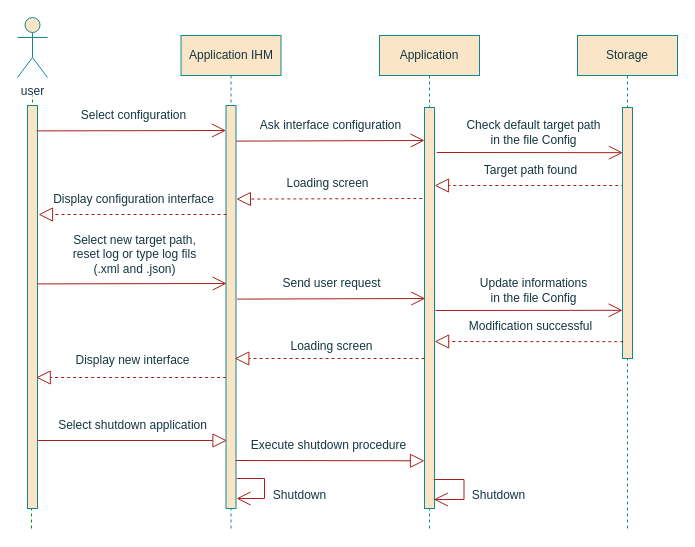
Above: EasySave3.0 Configuration.drawio in Weicheng178/UML (draw.io), before the change. Source tidied: cells renumbered, new cells numbered last; positions are measured from the earlier drawing's top-left corner, leaving out a move shared by most shapes. Both pictures are drawn from the tidied source at 100%, with x=0, y=0 at pixel (17, 17).
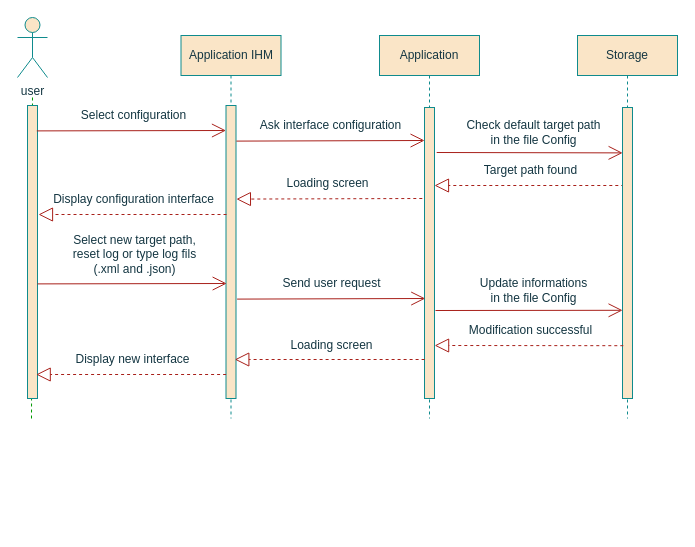
Above is the later version.

Diff of the diagram source:
```diff
@@
     <mxCell id="2" style="endArrow=none;dashed=1;html=1;rounded=0;labelBackgroundColor=#DAD2D8;strokeColor=#009900;fontColor=#143642;" parent="1" edge="1">
       <mxGeometry relative="1" as="geometry">
-        <mxPoint x="14" y="511" as="sourcePoint" />
+        <mxPoint x="14" y="401" as="sourcePoint" />
         <mxPoint x="15" y="78" as="targetPoint" />
       </mxGeometry>
     </mxCell>
     <mxCell id="3" value="&lt;span style=&quot;&quot;&gt;Application IHM&lt;/span&gt;" style="shape=umlLifeline;perimeter=lifelinePerimeter;whiteSpace=wrap;html=1;rounded=0;fillColor=#FAE5C7;strokeColor=#0F8B8D;fontColor=#143642;" parent="1" vertex="1">
-      <mxGeometry x="163.5" y="18" width="100" height="493" as="geometry" />
+      <mxGeometry x="163.5" y="18" width="100" height="383" as="geometry" />
     </mxCell>
@@
     <mxCell id="5" value="&lt;span style=&quot;&quot;&gt;Application&lt;/span&gt;" style="shape=umlLifeline;perimeter=lifelinePerimeter;whiteSpace=wrap;html=1;rounded=0;fillColor=#FAE5C7;strokeColor=#0F8B8D;fontColor=#143642;" parent="1" vertex="1">
-      <mxGeometry x="362" y="18" width="100" height="493" as="geometry" />
+      <mxGeometry x="362" y="18" width="100" height="383" as="geometry" />
     </mxCell>
     <mxCell id="6" value="&lt;span style=&quot;&quot;&gt;Storage&lt;/span&gt;" style="shape=umlLifeline;perimeter=lifelinePerimeter;whiteSpace=wrap;html=1;rounded=0;fillColor=#FAE5C7;strokeColor=#0F8B8D;fontColor=#143642;" parent="1" vertex="1">
-      <mxGeometry x="560" y="18" width="100" height="493" as="geometry" />
+      <mxGeometry x="560" y="18" width="100" height="383" as="geometry" />
     </mxCell>
     <mxCell id="7" style="html=1;perimeter=orthogonalPerimeter;rounded=0;glass=0;labelBackgroundColor=none;fillStyle=auto;fillColor=#FAE5C7;strokeColor=#0F8B8D;fontColor=#143642;" parent="1" vertex="1">
-      <mxGeometry x="10" y="88" width="10" height="403" as="geometry" />
+      <mxGeometry x="10" y="88" width="10" height="293" as="geometry" />
     </mxCell>
     <mxCell id="8" style="html=1;perimeter=orthogonalPerimeter;rounded=0;glass=0;labelBackgroundColor=none;fillStyle=auto;fillColor=#FAE5C7;strokeColor=#0F8B8D;fontColor=#143642;" parent="1" vertex="1">
-      <mxGeometry x="208.5" y="88" width="10" height="403" as="geometry" />
+      <mxGeometry x="208.5" y="88" width="10" height="293" as="geometry" />
     </mxCell>
     <mxCell id="9" style="html=1;perimeter=orthogonalPerimeter;rounded=0;glass=0;labelBackgroundColor=none;fillStyle=auto;fillColor=#FAE5C7;strokeColor=#0F8B8D;fontColor=#143642;" parent="1" vertex="1">
-      <mxGeometry x="407" y="90" width="10" height="401" as="geometry" />
+      <mxGeometry x="407" y="90" width="10" height="291" as="geometry" />
     </mxCell>
@@
-    <mxCell id="18" style="endArrow=block;endFill=0;endSize=12;html=1;rounded=0;entryX=-0.002;entryY=0.916;entryDx=0;entryDy=0;entryPerimeter=0;labelBackgroundColor=#DAD2D8;strokeColor=#A8201A;fontColor=#143642;" parent="1" edge="1">
-      <mxGeometry relative="1" as="geometry">
-        <mxPoint x="218.3" y="443" as="sourcePoint" />
-        <mxPoint x="407" y="443.3" as="targetPoint" />
-      </mxGeometry>
-    </mxCell>
-    <mxCell id="19" style="endArrow=block;endFill=0;endSize=12;html=1;rounded=0;labelBackgroundColor=#DAD2D8;strokeColor=#A8201A;fontColor=#143642;" parent="1" edge="1">
-      <mxGeometry relative="1" as="geometry">
-        <mxPoint x="20" y="423" as="sourcePoint" />
-        <mxPoint x="209.5" y="423" as="targetPoint" />
-      </mxGeometry>
-    </mxCell>
-    <mxCell id="20" value="Execute shutdown procedure" style="text;html=1;align=center;verticalAlign=middle;strokeColor=none;fillColor=none;rounded=0;fontColor=#143642;" parent="1" vertex="1">
-      <mxGeometry x="221.2" y="413" width="180" height="30" as="geometry" />
-    </mxCell>
-    <mxCell id="21" value="Shutdown" style="text;html=1;align=center;verticalAlign=middle;strokeColor=none;fillColor=none;rounded=0;fontColor=#143642;" parent="1" vertex="1">
-      <mxGeometry x="242.4" y="463" width="80" height="30" as="geometry" />
-    </mxCell>
-    <mxCell id="22" style="endArrow=open;endFill=1;endSize=12;html=1;rounded=0;labelBackgroundColor=#DAD2D8;strokeColor=#A8201A;fontColor=#143642;" parent="1" edge="1">
-      <mxGeometry relative="1" as="geometry">
-        <mxPoint x="416.5" y="462" as="sourcePoint" />
-        <mxPoint x="416.3" y="482" as="targetPoint" />
-        <Array as="points">
-          <mxPoint x="446.5" y="462" />
-          <mxPoint x="446.5" y="482" />
-        </Array>
-      </mxGeometry>
-    </mxCell>
-    <mxCell id="23" value="Shutdown" style="text;html=1;align=center;verticalAlign=middle;strokeColor=none;fillColor=none;rounded=0;fontColor=#143642;" parent="1" vertex="1">
-      <mxGeometry x="441.1" y="463" width="80" height="30" as="geometry" />
-    </mxCell>
-    <mxCell id="24" value="Select shutdown application" style="text;html=1;align=center;verticalAlign=middle;strokeColor=none;fillColor=none;rounded=0;fontColor=#143642;" parent="1" vertex="1">
-      <mxGeometry x="30" y="393" width="170" height="30" as="geometry" />
-    </mxCell>
-    <mxCell id="25" style="endArrow=open;endFill=1;endSize=12;html=1;rounded=0;labelBackgroundColor=#DAD2D8;strokeColor=#A8201A;fontColor=#143642;" parent="1" edge="1">
-      <mxGeometry relative="1" as="geometry">
-        <mxPoint x="219.2" y="461" as="sourcePoint" />
-        <mxPoint x="219" y="481" as="targetPoint" />
-        <Array as="points">
-          <mxPoint x="247" y="461" />
-          <mxPoint x="247" y="481" />
-        </Array>
-      </mxGeometry>
-    </mxCell>
@@
-    <mxCell id="27" style="endArrow=open;endFill=1;endSize=12;html=1;rounded=1;labelBackgroundColor=#DAD2D8;strokeColor=#A8201A;fontColor=#143642;entryX=0.038;entryY=0.18;entryDx=0;entryDy=0;entryPerimeter=0;" parent="1" edge="1" target="30">
+    <mxCell id="27" style="endArrow=open;endFill=1;endSize=12;html=1;rounded=1;labelBackgroundColor=#DAD2D8;strokeColor=#A8201A;fontColor=#143642;entryX=0.016;entryY=0.156;entryDx=0;entryDy=0;entryPerimeter=0;" parent="1" edge="1" target="30">
       <mxGeometry relative="1" as="geometry">
         <mxPoint x="419.2" y="135" as="sourcePoint" />
       </mxGeometry>
     </mxCell>
@@
     <mxCell id="30" style="html=1;points=[];perimeter=orthogonalPerimeter;rounded=0;glass=0;labelBackgroundColor=none;fillStyle=auto;fillColor=#FAE5C7;strokeColor=#0F8B8D;fontColor=#143642;" parent="1" vertex="1">
-      <mxGeometry x="605" y="90" width="10" height="251" as="geometry" />
+      <mxGeometry x="605" y="90" width="10" height="291" as="geometry" />
     </mxCell>
@@
     <mxCell id="37" value="Modification successful" style="text;html=1;align=center;verticalAlign=middle;strokeColor=none;fillColor=none;rounded=1;fontColor=#143642;" parent="1" vertex="1">
-      <mxGeometry x="438.4" y="294" width="150" height="30" as="geometry" />
+      <mxGeometry x="438.4" y="298" width="150" height="30" as="geometry" />
     </mxCell>
     <mxCell id="38" style="endArrow=block;dashed=1;endFill=0;endSize=12;html=1;rounded=1;labelBackgroundColor=#DAD2D8;strokeColor=#A8201A;fontColor=#143642;exitX=0.077;exitY=0.817;exitDx=0;exitDy=0;exitPerimeter=0;" parent="1" edge="1">
       <mxGeometry relative="1" as="geometry">
-        <mxPoint x="605.8" y="324.2" as="sourcePoint" />
-        <mxPoint x="417.1" y="324" as="targetPoint" />
+        <mxPoint x="605.8" y="328.2" as="sourcePoint" />
+        <mxPoint x="417.1" y="328" as="targetPoint" />
       </mxGeometry>
     </mxCell>
     <mxCell id="39" value="Loading screen" style="text;html=1;align=center;verticalAlign=middle;strokeColor=none;fillColor=none;rounded=1;fontColor=#143642;" parent="1" vertex="1">
-      <mxGeometry x="258.6" y="314" width="110" height="30" as="geometry" />
+      <mxGeometry x="258.6" y="313" width="110" height="30" as="geometry" />
     </mxCell>
     <mxCell id="40" style="endArrow=block;dashed=1;endFill=0;endSize=12;html=1;rounded=1;labelBackgroundColor=#DAD2D8;strokeColor=#A8201A;fontColor=#143642;" parent="1" edge="1">
       <mxGeometry relative="1" as="geometry">
-        <mxPoint x="407.1" y="341" as="sourcePoint" />
-        <mxPoint x="217.3" y="341" as="targetPoint" />
+        <mxPoint x="407.1" y="342" as="sourcePoint" />
+        <mxPoint x="217.3" y="342" as="targetPoint" />
       </mxGeometry>
     </mxCell>
     <mxCell id="41" value="Display new interface" style="text;html=1;align=center;verticalAlign=middle;strokeColor=none;fillColor=none;rounded=1;fontColor=#143642;" parent="1" vertex="1">
-      <mxGeometry x="45.1" y="328" width="140" height="30" as="geometry" />
+      <mxGeometry x="45.1" y="327" width="140" height="30" as="geometry" />
     </mxCell>
     <mxCell id="42" style="endArrow=block;dashed=1;endFill=0;endSize=12;html=1;rounded=1;labelBackgroundColor=#DAD2D8;strokeColor=#A8201A;fontColor=#143642;" parent="1" edge="1">
       <mxGeometry relative="1" as="geometry">
-        <mxPoint x="208.6" y="360" as="sourcePoint" />
-        <mxPoint x="18.7" y="360" as="targetPoint" />
+        <mxPoint x="208.6" y="357" as="sourcePoint" />
+        <mxPoint x="18.7" y="357" as="targetPoint" />
       </mxGeometry>
     </mxCell>
```
